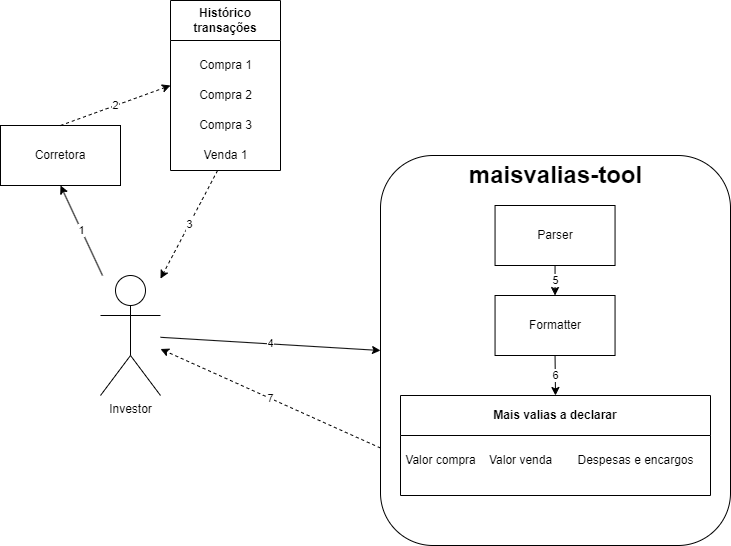
Tomas-Silva-PT/maisvalias-tool keeps this draw.io diagram as website/docs/01-conceitos-chave/arquitetura.png. Above is the earlier version. Source tidied: cells renumbered, new cells last; positions are measured from the earlier drawing's top-left corner, leaving out a move shared by most shapes.
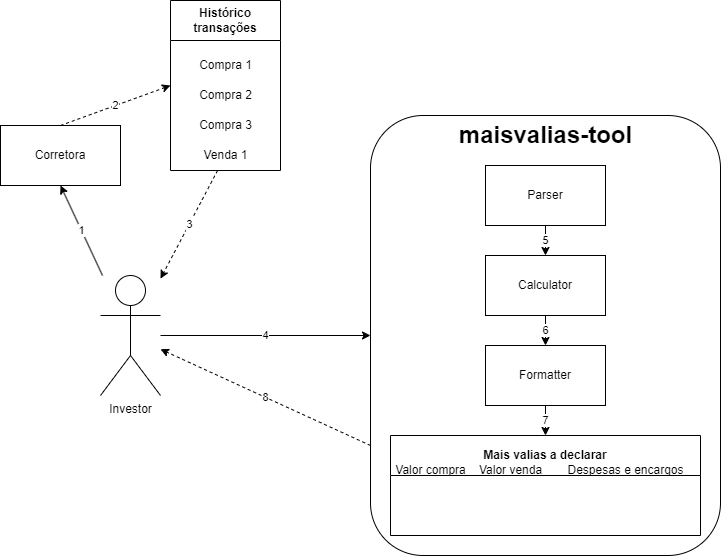
After the change.

The edit, as a diff of the source:
```diff
@@ -3,28 +3,25 @@
     <mxCell id="0" />
     <mxCell id="1" parent="0" />
     <mxCell id="2" style="group;" parent="1" vertex="1">
-      <mxGeometry x="380" y="155" width="350" height="390" as="geometry" />
+      <mxGeometry x="370" y="165" width="350" height="390" as="geometry" />
     </mxCell>
     <mxCell id="3" style="rounded=1;whiteSpace=wrap;html=1;" parent="2" vertex="1">
-      <mxGeometry width="350" height="390" as="geometry" />
+      <mxGeometry y="-50" width="350" height="440" as="geometry" />
     </mxCell>
-    <mxCell id="4" value="maisvalias-tool" style="text;strokeColor=none;fillColor=none;html=1;fontSize=24;fontStyle=1;verticalAlign=middle;align=center;" parent="2" vertex="1">
-      <mxGeometry x="153.8" y="10" width="42.4" height="20.8" as="geometry" />
-    </mxCell>
-    <mxCell id="5" value="5" style="edgeStyle=none;html=1;exitX=0.5;exitY=1;exitDx=0;exitDy=0;entryX=0.5;entryY=0;entryDx=0;entryDy=0;" parent="2" edge="1" source="6" target="8">
+    <mxCell id="5" value="5" style="edgeStyle=none;html=1;exitX=0.5;exitY=1;exitDx=0;exitDy=0;entryX=0.5;entryY=0;entryDx=0;entryDy=0;" parent="2" edge="1" source="6" target="26">
       <mxGeometry relative="1" as="geometry" />
     </mxCell>
     <mxCell id="6" value="Parser" style="rounded=0;whiteSpace=wrap;html=1;" parent="2" vertex="1">
-      <mxGeometry x="114.5" y="50" width="120" height="60" as="geometry" />
+      <mxGeometry x="115" width="120" height="60" as="geometry" />
     </mxCell>
-    <mxCell id="7" value="6" style="edgeStyle=none;html=1;exitX=0.5;exitY=1;exitDx=0;exitDy=0;entryX=0.5;entryY=0;entryDx=0;entryDy=0;" parent="2" edge="1" source="8" target="9">
+    <mxCell id="7" value="7" style="edgeStyle=none;html=1;exitX=0.5;exitY=1;exitDx=0;exitDy=0;entryX=0.5;entryY=0;entryDx=0;entryDy=0;" parent="2" edge="1" source="8" target="9">
       <mxGeometry relative="1" as="geometry" />
     </mxCell>
     <mxCell id="8" value="Formatter" style="rounded=0;whiteSpace=wrap;html=1;" parent="2" vertex="1">
-      <mxGeometry x="114.5" y="140" width="120" height="60" as="geometry" />
+      <mxGeometry x="115" y="180" width="120" height="60" as="geometry" />
     </mxCell>
     <mxCell id="9" value="Mais valias a declarar" style="swimlane;whiteSpace=wrap;html=1;startSize=40;" parent="2" vertex="1">
-      <mxGeometry x="20" y="240" width="310" height="100" as="geometry" />
+      <mxGeometry x="20" y="270" width="310" height="100" as="geometry" />
     </mxCell>
     <mxCell id="10" value="Valor compra" style="text;html=1;align=center;verticalAlign=middle;strokeColor=none;fillColor=none;" parent="2" vertex="1">
       <mxGeometry x="15" y="290" width="90" height="30" as="geometry" />
@@ -35,6 +32,12 @@
     <mxCell id="12" value="Despesas e encargos" style="text;html=1;align=center;verticalAlign=middle;strokeColor=none;fillColor=none;" parent="2" vertex="1">
       <mxGeometry x="185" y="290" width="140" height="30" as="geometry" />
     </mxCell>
+    <mxCell id="25" value="6" style="edgeStyle=none;html=1;exitX=0.5;exitY=1;exitDx=0;exitDy=0;" parent="2" edge="1" source="26" target="8">
+      <mxGeometry relative="1" as="geometry" />
+    </mxCell>
+    <mxCell id="26" value="Calculator" style="rounded=0;whiteSpace=wrap;html=1;" parent="2" vertex="1">
+      <mxGeometry x="115" y="90" width="120" height="60" as="geometry" />
+    </mxCell>
     <mxCell id="13" value="Investor" style="shape=umlActor;verticalLabelPosition=bottom;verticalAlign=top;html=1;outlineConnect=0;" parent="1" vertex="1">
       <mxGeometry x="100" y="275" width="60" height="120" as="geometry" />
     </mxCell>
@@ -65,11 +68,14 @@
     <mxCell id="22" value="4" style="endArrow=classic;html=1;entryX=0;entryY=0.5;entryDx=0;entryDy=0;" parent="1" edge="1" source="13" target="3">
       <mxGeometry relative="1" as="geometry" />
     </mxCell>
-    <mxCell id="23" value="7" style="edgeStyle=none;html=1;exitX=0;exitY=0.75;exitDx=0;exitDy=0;dashed=1;" parent="1" edge="1" source="3" target="13">
+    <mxCell id="23" value="8" style="edgeStyle=none;html=1;exitX=0;exitY=0.75;exitDx=0;exitDy=0;dashed=1;" parent="1" edge="1" source="3" target="13">
       <mxGeometry relative="1" as="geometry" />
     </mxCell>
     <mxCell id="24" value="3" style="edgeStyle=none;html=1;dashed=1;" parent="1" edge="1" source="18" target="13">
       <mxGeometry relative="1" as="geometry" />
     </mxCell>
+    <mxCell id="4" value="maisvalias-tool" style="text;strokeColor=none;fillColor=none;html=1;fontSize=24;fontStyle=1;verticalAlign=middle;align=center;" parent="1" vertex="1">
+      <mxGeometry x="523.3" y="125" width="42.4" height="20.8" as="geometry" />
+    </mxCell>
   </root>
 </mxGraphModel>
```
